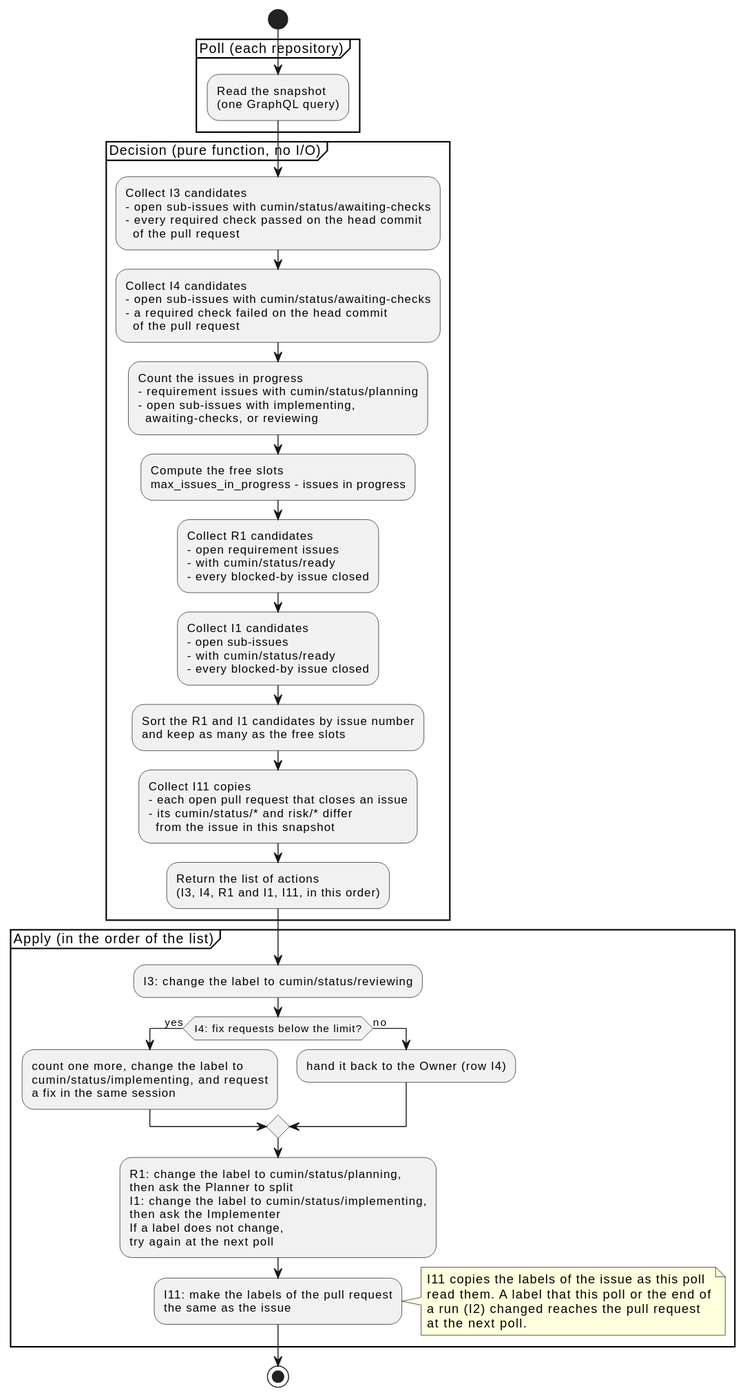
This is docs/ja/designs/poll-decide.svg from cloveclovedev/cumin-works, a PlantUML export, as it was before one commit.
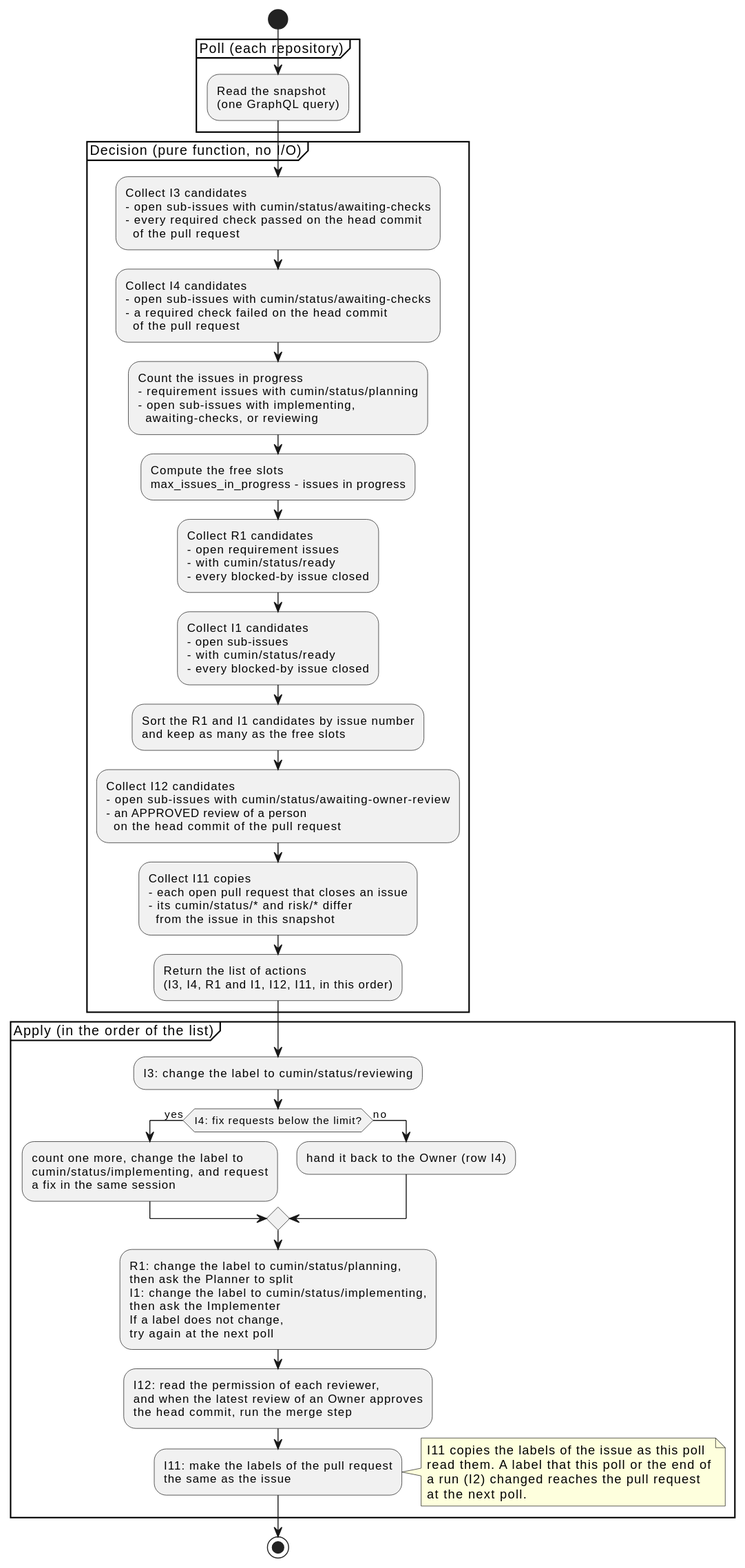
Later version of the same file.

What changed in the source:
```diff
@@ -32,12 +32,16 @@
   - every blocked-by issue closed;
   :Sort the R1 and I1 candidates by issue number
   and keep as many as the free slots;
+  :Collect I12 candidates
+  - open sub-issues with cumin/status/awaiting-owner-review
+  - an APPROVED review of a person
+    on the head commit of the pull request;
   :Collect I11 copies
   - each open pull request that closes an issue
   - its cumin/status/* and risk/* differ
     from the issue in this snapshot;
   :Return the list of actions
-  (I3, I4, R1 and I1, I11, in this order);
+  (I3, I4, R1 and I1, I12, I11, in this order);
 }
 partition "Apply (in the order of the list)" {
   :I3: change the label to cumin/status/reviewing;
@@ -54,6 +58,9 @@
   then ask the Implementer
   If a label does not change,
   try again at the next poll;
+  :I12: read the permission of each reviewer,
+  and when the latest review of an Owner approves
+  the head commit, run the merge step;
   :I11: make the labels of the pull request
   the same as the issue;
 }
```
